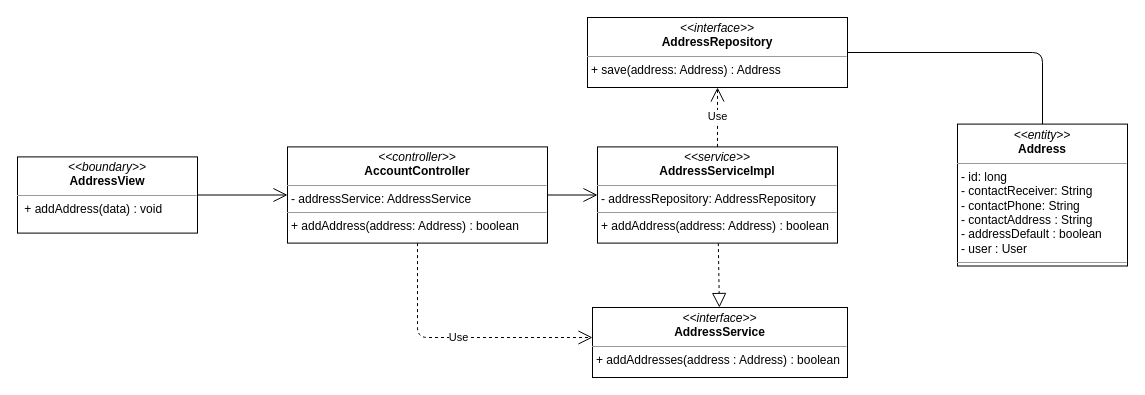
This is class diagram/add-address-class-diagram.drawio from nguyenphamvan/datn_20202, a draw.io file, before an edit. Source tidied: cells renumbered, new cells numbered last; positions are measured from the earlier drawing's top-left corner, leaving out a move shared by most shapes. Both pictures are drawn from the tidied source at 100%, with x=0, y=0 at pixel (17, 17).
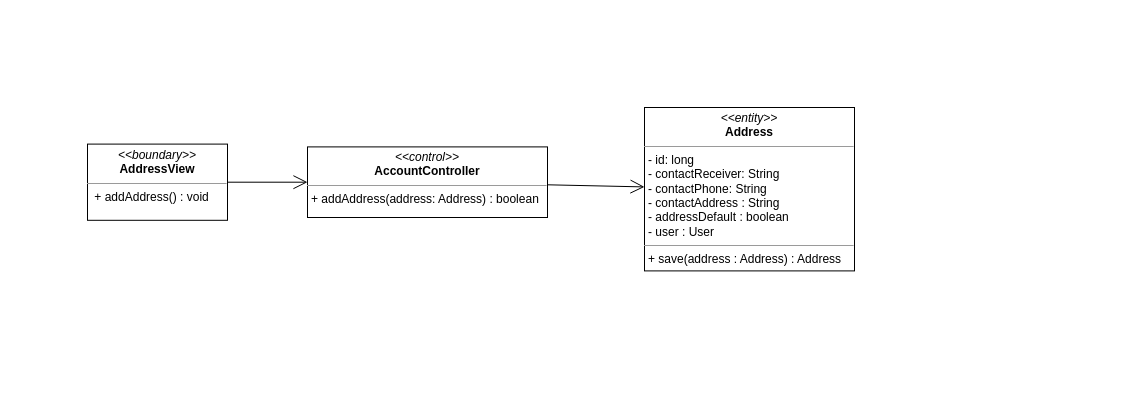
The same page after the edit.

What changed in the source:
```diff
@@
 <mxGraphModel>
   <root>
     <mxCell id="0" />
     <mxCell id="1" parent="0" />
-    <mxCell id="2" value="&lt;p style=&quot;margin: 0px ; margin-top: 4px ; text-align: center&quot;&gt;&lt;i&gt;&amp;lt;&amp;lt;boundary&amp;gt;&amp;gt;&lt;/i&gt;&lt;br&gt;&lt;b&gt;AddressView&lt;/b&gt;&lt;/p&gt;&lt;hr size=&quot;1&quot;&gt;&lt;p style=&quot;margin: 0px ; margin-left: 4px&quot;&gt;&lt;span&gt;&amp;nbsp;&lt;/span&gt;&lt;span&gt;+ addAddress(data) : void&lt;/span&gt;&lt;/p&gt;" style="verticalAlign=top;align=left;overflow=fill;fontSize=12;fontFamily=Helvetica;html=1;" parent="1" vertex="1">
-      <mxGeometry y="139.4" width="180" height="76.2" as="geometry" />
+    <mxCell id="2" value="&lt;p style=&quot;margin: 0px ; margin-top: 4px ; text-align: center&quot;&gt;&lt;i&gt;&amp;lt;&amp;lt;boundary&amp;gt;&amp;gt;&lt;/i&gt;&lt;br&gt;&lt;b&gt;AddressView&lt;/b&gt;&lt;/p&gt;&lt;hr size=&quot;1&quot;&gt;&lt;p style=&quot;margin: 0px ; margin-left: 4px&quot;&gt;&lt;span&gt;&amp;nbsp;&lt;/span&gt;&lt;span&gt;+ addAddress() : void&lt;/span&gt;&lt;/p&gt;" style="verticalAlign=top;align=left;overflow=fill;fontSize=12;fontFamily=Helvetica;html=1;" parent="1" vertex="1">
+      <mxGeometry x="70" y="126.6" width="140" height="76.2" as="geometry" />
     </mxCell>
     <mxCell id="3" style="endArrow=open;endFill=1;endSize=12;html=1;exitX=1;exitY=0.5;exitDx=0;exitDy=0;" parent="1" edge="1" source="2" target="6">
       <mxGeometry relative="1" as="geometry" />
     </mxCell>
-    <mxCell id="4" style="endArrow=open;endFill=1;endSize=12;html=1;entryX=0;entryY=0.5;entryDx=0;entryDy=0;exitX=1;exitY=0.5;exitDx=0;exitDy=0;edgeStyle=orthogonalEdgeStyle;" parent="1" edge="1" source="8" target="5">
-      <mxGeometry relative="1" as="geometry">
-        <Array as="points">
-          <mxPoint x="1025" y="35" />
-          <mxPoint x="1025" y="178" />
-        </Array>
-      </mxGeometry>
-    </mxCell>
-    <mxCell id="5" value="&lt;p style=&quot;margin: 0px ; margin-top: 4px ; text-align: center&quot;&gt;&lt;i&gt;&amp;lt;&amp;lt;entity&amp;gt;&amp;gt;&lt;/i&gt;&lt;br&gt;&lt;b&gt;Address&lt;/b&gt;&lt;/p&gt;&lt;hr size=&quot;1&quot;&gt;&lt;p style=&quot;margin: 0px ; margin-left: 4px&quot;&gt;- id: long&lt;/p&gt;&lt;p style=&quot;margin: 0px ; margin-left: 4px&quot;&gt;- contactReceiver: String&lt;br&gt;- contactPhone: String&lt;/p&gt;&lt;p style=&quot;margin: 0px ; margin-left: 4px&quot;&gt;- contactAddress : String&lt;/p&gt;&lt;p style=&quot;margin: 0px ; margin-left: 4px&quot;&gt;- addressDefault : boolean&lt;/p&gt;&lt;p style=&quot;margin: 0px ; margin-left: 4px&quot;&gt;- user : User&lt;/p&gt;&lt;hr size=&quot;1&quot;&gt;&lt;p style=&quot;margin: 0px ; margin-left: 4px&quot;&gt;&lt;br&gt;&lt;/p&gt;" style="verticalAlign=top;align=left;overflow=fill;fontSize=12;fontFamily=Helvetica;html=1;" parent="1" vertex="1">
-      <mxGeometry x="940" y="106.6" width="170" height="141.9" as="geometry" />
+    <mxCell id="5" value="&lt;p style=&quot;margin: 0px ; margin-top: 4px ; text-align: center&quot;&gt;&lt;i&gt;&amp;lt;&amp;lt;entity&amp;gt;&amp;gt;&lt;/i&gt;&lt;br&gt;&lt;b&gt;Address&lt;/b&gt;&lt;/p&gt;&lt;hr size=&quot;1&quot;&gt;&lt;p style=&quot;margin: 0px ; margin-left: 4px&quot;&gt;- id: long&lt;/p&gt;&lt;p style=&quot;margin: 0px ; margin-left: 4px&quot;&gt;- contactReceiver: String&lt;br&gt;- contactPhone: String&lt;/p&gt;&lt;p style=&quot;margin: 0px ; margin-left: 4px&quot;&gt;- contactAddress : String&lt;/p&gt;&lt;p style=&quot;margin: 0px ; margin-left: 4px&quot;&gt;- addressDefault : boolean&lt;/p&gt;&lt;p style=&quot;margin: 0px ; margin-left: 4px&quot;&gt;- user : User&lt;/p&gt;&lt;hr size=&quot;1&quot;&gt;&lt;p style=&quot;margin: 0px ; margin-left: 4px&quot;&gt;+ save(address : Address) : Address&lt;/p&gt;" style="verticalAlign=top;align=left;overflow=fill;fontSize=12;fontFamily=Helvetica;html=1;" parent="1" vertex="1">
+      <mxGeometry x="627" y="90" width="210" height="163.4" as="geometry" />
     </mxCell>
-    <mxCell id="6" value="&lt;p style=&quot;margin: 0px ; margin-top: 4px ; text-align: center&quot;&gt;&lt;i&gt;&amp;lt;&amp;lt;controller&amp;gt;&amp;gt;&lt;/i&gt;&lt;br&gt;&lt;b&gt;AccountController&lt;/b&gt;&lt;br&gt;&lt;/p&gt;&lt;hr size=&quot;1&quot;&gt;&lt;p style=&quot;margin: 0px ; margin-left: 4px&quot;&gt;- addressService: AddressService&lt;/p&gt;&lt;hr size=&quot;1&quot;&gt;&lt;p style=&quot;margin: 0px ; margin-left: 4px&quot;&gt;+ addAddress(address: Address) : boolean&lt;br&gt;&lt;/p&gt;" style="verticalAlign=top;align=left;overflow=fill;fontSize=12;fontFamily=Helvetica;html=1;" parent="1" vertex="1">
-      <mxGeometry x="270" y="129.4" width="260" height="96.2" as="geometry" />
+    <mxCell id="6" value="&lt;p style=&quot;margin: 0px ; margin-top: 4px ; text-align: center&quot;&gt;&lt;i&gt;&amp;lt;&amp;lt;control&amp;gt;&amp;gt;&lt;/i&gt;&lt;br&gt;&lt;b&gt;AccountController&lt;/b&gt;&lt;/p&gt;&lt;hr size=&quot;1&quot;&gt;&lt;p style=&quot;margin: 0px ; margin-left: 4px&quot;&gt;+ addAddress(address: Address) : boolean&lt;br&gt;&lt;/p&gt;" style="verticalAlign=top;align=left;overflow=fill;fontSize=12;fontFamily=Helvetica;html=1;" parent="1" vertex="1">
+      <mxGeometry x="290" y="129.4" width="240" height="70.6" as="geometry" />
     </mxCell>
-    <mxCell id="7" value="&lt;p style=&quot;margin: 0px ; margin-top: 4px ; text-align: center&quot;&gt;&lt;i&gt;&amp;lt;&amp;lt;interface&amp;gt;&amp;gt;&lt;/i&gt;&lt;br&gt;&lt;b&gt;AddressService&lt;/b&gt;&lt;/p&gt;&lt;hr size=&quot;1&quot;&gt;&lt;p style=&quot;margin: 0px ; margin-left: 4px&quot;&gt;+ addAddresses(address : Address) : boolean&lt;/p&gt;" style="verticalAlign=top;align=left;overflow=fill;fontSize=12;fontFamily=Helvetica;html=1;" parent="1" vertex="1">
-      <mxGeometry x="575" y="290" width="255" height="70" as="geometry" />
-    </mxCell>
-    <mxCell id="8" value="&lt;p style=&quot;margin: 0px ; margin-top: 4px ; text-align: center&quot;&gt;&lt;i&gt;&amp;lt;&amp;lt;interface&amp;gt;&amp;gt;&lt;/i&gt;&lt;br&gt;&lt;b&gt;AddressRepository&lt;/b&gt;&lt;/p&gt;&lt;hr size=&quot;1&quot;&gt;&lt;p style=&quot;margin: 0px ; margin-left: 4px&quot;&gt;+ save(address: Address) : Address&lt;br&gt;&lt;/p&gt;" style="verticalAlign=top;align=left;overflow=fill;fontSize=12;fontFamily=Helvetica;html=1;" parent="1" vertex="1">
-      <mxGeometry x="570" width="260" height="70" as="geometry" />
-    </mxCell>
-    <mxCell id="9" value="&lt;p style=&quot;margin: 0px ; margin-top: 4px ; text-align: center&quot;&gt;&lt;i&gt;&amp;lt;&amp;lt;service&amp;gt;&amp;gt;&lt;/i&gt;&lt;br&gt;&lt;b&gt;AddressServiceImpl&lt;/b&gt;&lt;br&gt;&lt;/p&gt;&lt;hr size=&quot;1&quot;&gt;&lt;p style=&quot;margin: 0px ; margin-left: 4px&quot;&gt;- addressRepository: AddressRepository&lt;/p&gt;&lt;hr size=&quot;1&quot;&gt;&lt;p style=&quot;margin: 0px ; margin-left: 4px&quot;&gt;+ addAddress(address: Address) : boolean&lt;br&gt;&lt;/p&gt;" style="verticalAlign=top;align=left;overflow=fill;fontSize=12;fontFamily=Helvetica;html=1;" parent="1" vertex="1">
-      <mxGeometry x="580" y="129.4" width="240" height="96.2" as="geometry" />
-    </mxCell>
-    <mxCell id="10" value="Use" style="endArrow=open;endSize=12;dashed=1;html=1;edgeStyle=orthogonalEdgeStyle;" parent="1" edge="1" source="6" target="7">
-      <mxGeometry relative="1" as="geometry">
-        <Array as="points">
-          <mxPoint x="400" y="320" />
-        </Array>
-      </mxGeometry>
-    </mxCell>
-    <mxCell id="11" style="endArrow=open;endFill=1;endSize=12;html=1;" parent="1" edge="1" source="6" target="9">
+    <mxCell id="11" style="endArrow=open;endFill=1;endSize=12;html=1;" parent="1" edge="1" source="6" target="5">
       <mxGeometry relative="1" as="geometry" />
     </mxCell>
-    <mxCell id="12" style="endArrow=block;dashed=1;endFill=0;endSize=12;html=1;" parent="1" edge="1" source="9" target="7">
-      <mxGeometry relative="1" as="geometry" />
-    </mxCell>
-    <mxCell id="13" value="Use" style="endArrow=open;endSize=12;dashed=1;html=1;" parent="1" edge="1" source="9" target="8">
-      <mxGeometry relative="1" as="geometry" />
-    </mxCell>
   </root>
 </mxGraphModel>
```
